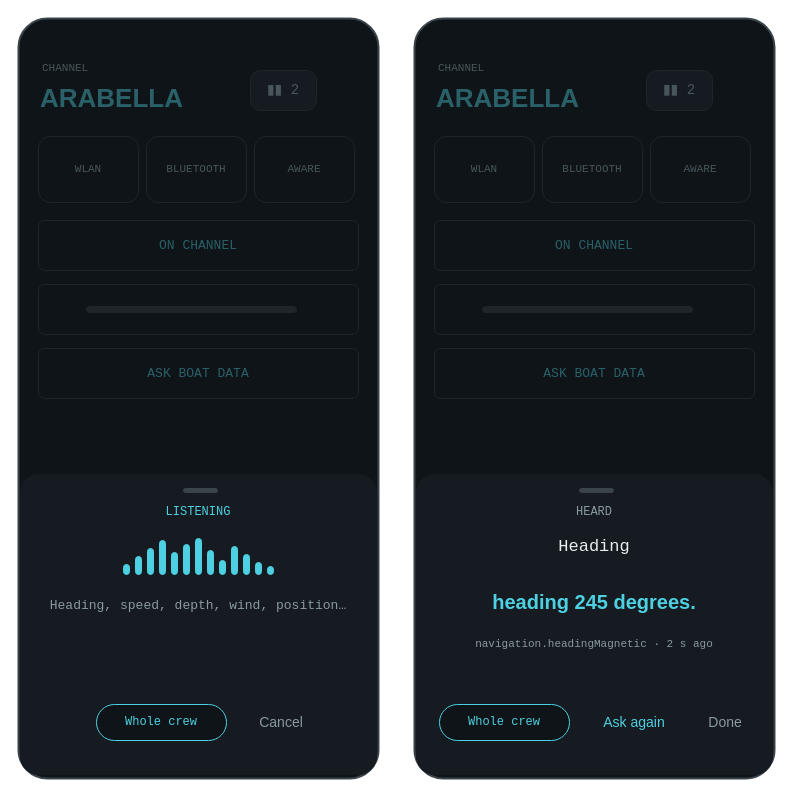
Before: docs/diagrams/screens-ask.drawio in KEGustafsson/crew-radio, a draw.io diagram. Source tidied: cells renumbered, new cells numbered last; positions are measured from the earlier drawing's top-left corner, leaving out a move shared by most shapes. Both pictures are drawn from the tidied source at 100%, with x=0, y=0 at pixel (18, 18).
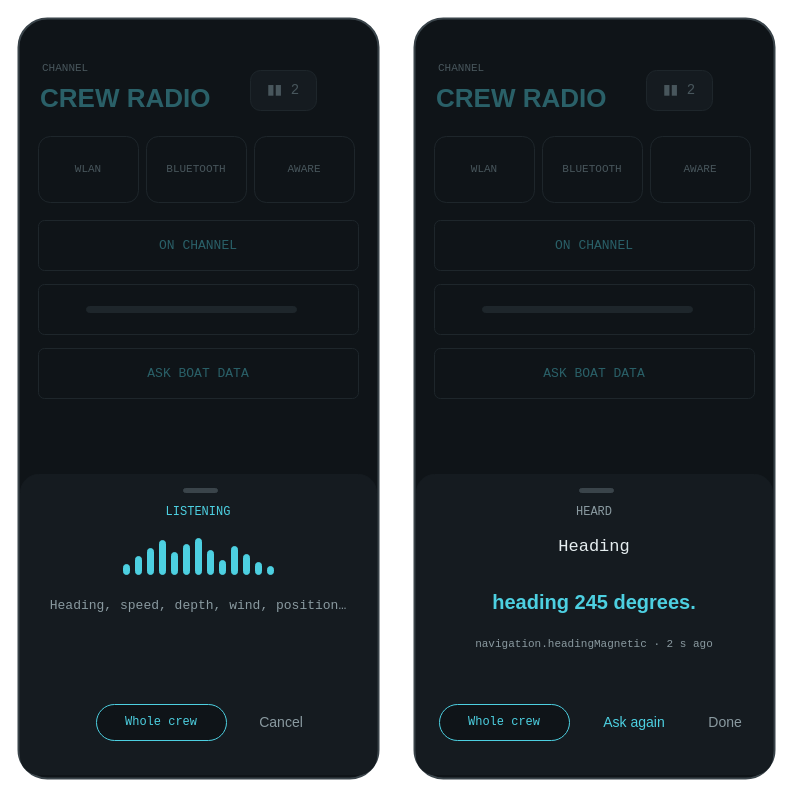
Above is the later version.

Change to the diagram source:
```diff
@@
-    <mxCell id="4" value="ARABELLA" style="text;html=1;whiteSpace=wrap;align=left;verticalAlign=middle;fontSize=26;fontColor=#2A6068;fontFamily=Helvetica;fontStyle=1;spacing=0;" parent="1" vertex="1">
+    <mxCell id="4" value="CREW RADIO" style="text;html=1;whiteSpace=wrap;align=left;verticalAlign=middle;fontSize=26;fontColor=#2A6068;fontFamily=Helvetica;fontStyle=1;spacing=0;" parent="1" vertex="1">
       <mxGeometry x="22" y="60" width="220" height="40" as="geometry" />
     </mxCell>
@@
-    <mxCell id="34" value="ARABELLA" style="text;html=1;whiteSpace=wrap;align=left;verticalAlign=middle;fontSize=26;fontColor=#2A6068;fontFamily=Helvetica;fontStyle=1;spacing=0;" parent="1" vertex="1">
+    <mxCell id="34" value="CREW RADIO" style="text;html=1;whiteSpace=wrap;align=left;verticalAlign=middle;fontSize=26;fontColor=#2A6068;fontFamily=Helvetica;fontStyle=1;spacing=0;" parent="1" vertex="1">
       <mxGeometry x="418" y="60" width="220" height="40" as="geometry" />
     </mxCell>
```
